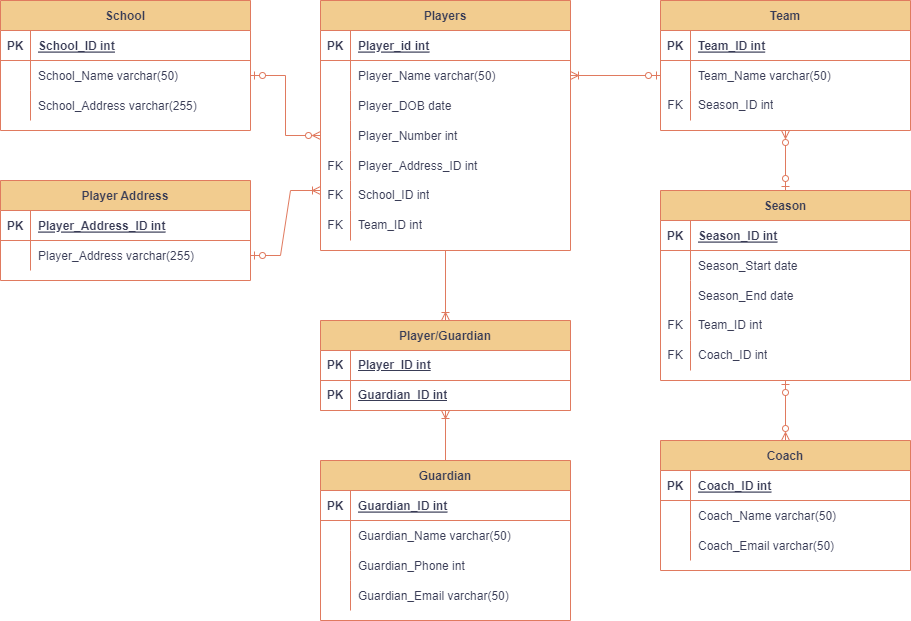
Earlier version of the draw.io export ERD_Exercise.png (G0dzilla21/ERD_Diagram_Cognixia). Source tidied: cells renumbered, new cells last; positions are measured from the earlier drawing's top-left corner, leaving out a move shared by most shapes.
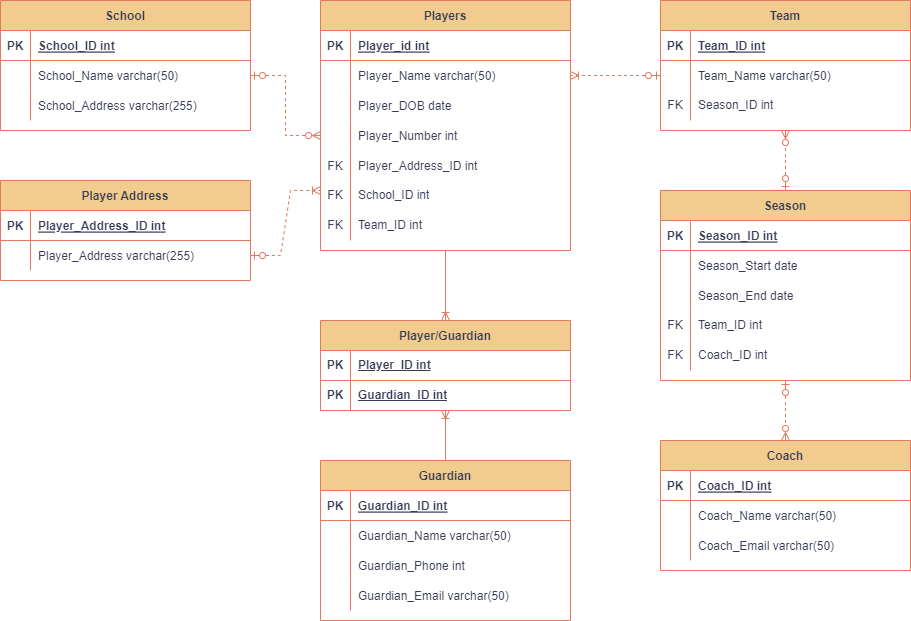
The same diagram one commit later.

The edit, as a diff of the source:
```diff
@@ -203,10 +203,10 @@
     <mxCell id="68" value="Coach_Email varchar(50)" style="shape=partialRectangle;fillColor=none;top=0;left=0;bottom=0;right=0;align=left;spacingLeft=6;overflow=hidden;labelBackgroundColor=none;strokeColor=#E07A5F;fontColor=#393C56;" parent="66" vertex="1">
       <mxGeometry x="30" width="220" height="30" as="geometry" />
     </mxCell>
-    <mxCell id="69" style="edgeStyle=orthogonalEdgeStyle;rounded=0;jettySize=auto;html=1;strokeColor=#E07A5F;fontColor=#393C56;fillColor=#F2CC8F;entryX=0.5;entryY=1;entryDx=0;entryDy=0;startArrow=ERzeroToOne;startFill=0;endArrow=ERzeroToMany;endFill=0;" parent="1" edge="1" source="71" target="16">
+    <mxCell id="69" style="edgeStyle=orthogonalEdgeStyle;rounded=0;jettySize=auto;html=1;strokeColor=#E07A5F;fontColor=#393C56;fillColor=#F2CC8F;entryX=0.5;entryY=1;entryDx=0;entryDy=0;startArrow=ERzeroToOne;startFill=0;endArrow=ERzeroToMany;endFill=0;dashed=1;" parent="1" edge="1" source="71" target="16">
       <mxGeometry relative="1" as="geometry" />
     </mxCell>
-    <mxCell id="70" style="edgeStyle=orthogonalEdgeStyle;rounded=0;jettySize=auto;html=1;strokeColor=#E07A5F;fontColor=#393C56;fillColor=#F2CC8F;entryX=0.5;entryY=0;entryDx=0;entryDy=0;startArrow=ERzeroToOne;startFill=0;endArrow=ERzeroToMany;endFill=0;" parent="1" edge="1" source="71" target="59">
+    <mxCell id="70" style="edgeStyle=orthogonalEdgeStyle;rounded=0;jettySize=auto;html=1;strokeColor=#E07A5F;fontColor=#393C56;fillColor=#F2CC8F;entryX=0.5;entryY=0;entryDx=0;entryDy=0;startArrow=ERzeroToOne;startFill=0;endArrow=ERzeroToMany;endFill=0;dashed=1;" parent="1" edge="1" source="71" target="59">
       <mxGeometry relative="1" as="geometry" />
     </mxCell>
     <mxCell id="71" value="Season" style="shape=table;startSize=30;rowLines=0;fontStyle=1;align=center;labelBackgroundColor=none;fillColor=#F2CC8F;strokeColor=#E07A5F;fontColor=#393C56;" parent="1" vertex="1">
@@ -257,7 +257,7 @@
     <mxCell id="86" value="Coach_ID int" style="shape=partialRectangle;fillColor=none;top=0;left=0;bottom=0;right=0;align=left;spacingLeft=6;fontStyle=0;overflow=hidden;whiteSpace=wrap;html=1;strokeColor=#E07A5F;fontColor=#393C56;labelBackgroundColor=none;" parent="84" vertex="1">
       <mxGeometry x="30" width="220" height="30" as="geometry" />
     </mxCell>
-    <mxCell id="87" style="edgeStyle=orthogonalEdgeStyle;rounded=0;jettySize=auto;html=1;endArrow=ERzeroToOne;endFill=0;startArrow=ERzeroToMany;startFill=0;labelBackgroundColor=none;strokeColor=#E07A5F;fontColor=default;exitX=0;exitY=0.5;exitDx=0;exitDy=0;" parent="1" edge="1" source="37" target="53">
+    <mxCell id="87" style="edgeStyle=orthogonalEdgeStyle;rounded=0;jettySize=auto;html=1;endArrow=ERzeroToOne;endFill=0;startArrow=ERzeroToMany;startFill=0;labelBackgroundColor=none;strokeColor=#E07A5F;fontColor=default;exitX=0;exitY=0.5;exitDx=0;exitDy=0;dashed=1;" parent="1" edge="1" source="37" target="53">
       <mxGeometry relative="1" as="geometry" />
     </mxCell>
     <mxCell id="88" value="Player/Guardian" style="shape=table;startSize=30;rowLines=0;fontStyle=1;align=center;labelBackgroundColor=none;fillColor=#F2CC8F;strokeColor=#E07A5F;fontColor=#393C56;" parent="1" vertex="1">
@@ -281,7 +281,7 @@
     <mxCell id="94" value="Guardian_ID int" style="shape=partialRectangle;fillColor=none;top=0;left=0;bottom=0;right=0;align=left;spacingLeft=6;fontStyle=5;overflow=hidden;whiteSpace=wrap;html=1;strokeColor=#E07A5F;fontColor=#393C56;labelBackgroundColor=none;" parent="92" vertex="1">
       <mxGeometry x="30" width="220" height="30" as="geometry" />
     </mxCell>
-    <mxCell id="95" style="edgeStyle=orthogonalEdgeStyle;rounded=0;jettySize=auto;html=1;strokeColor=#E07A5F;fontColor=#393C56;fillColor=#F2CC8F;startArrow=ERzeroToOne;startFill=0;endArrow=ERoneToMany;endFill=0;exitX=0;exitY=0.5;exitDx=0;exitDy=0;" parent="1" edge="1" source="20" target="31">
+    <mxCell id="95" style="edgeStyle=orthogonalEdgeStyle;rounded=0;jettySize=auto;html=1;strokeColor=#E07A5F;fontColor=#393C56;fillColor=#F2CC8F;startArrow=ERzeroToOne;startFill=0;endArrow=ERoneToMany;endFill=0;exitX=0;exitY=0.5;exitDx=0;exitDy=0;dashed=1;" parent="1" edge="1" source="20" target="31">
       <mxGeometry relative="1" as="geometry" />
     </mxCell>
     <mxCell id="96" value="Player Address" style="shape=table;startSize=30;rowLines=0;fontStyle=1;align=center;labelBackgroundColor=none;fillColor=#F2CC8F;strokeColor=#E07A5F;fontColor=#393C56;" parent="1" vertex="1">
@@ -305,7 +305,7 @@
     <mxCell id="102" value="Player_Address varchar(255)" style="shape=partialRectangle;overflow=hidden;fillColor=none;top=0;left=0;bottom=0;right=0;align=left;spacingLeft=6;labelBackgroundColor=none;strokeColor=#E07A5F;fontColor=#393C56;" parent="100" vertex="1">
       <mxGeometry x="30" width="220" height="30" as="geometry" />
     </mxCell>
-    <mxCell id="103" style="edgeStyle=entityRelationEdgeStyle;fontSize=12;html=1;endArrow=ERoneToMany;rounded=0;strokeColor=#E07A5F;fontColor=#393C56;fillColor=#F2CC8F;exitX=1;exitY=0.5;exitDx=0;exitDy=0;startArrow=ERzeroToOne;startFill=0;" parent="1" edge="1" source="100">
+    <mxCell id="103" style="edgeStyle=entityRelationEdgeStyle;fontSize=12;html=1;endArrow=ERoneToMany;rounded=0;strokeColor=#E07A5F;fontColor=#393C56;fillColor=#F2CC8F;exitX=1;exitY=0.5;exitDx=0;exitDy=0;startArrow=ERzeroToOne;startFill=0;dashed=1;" parent="1" edge="1" source="100">
       <mxGeometry relative="1" as="geometry">
         <mxPoint x="320" y="190" as="targetPoint" />
       </mxGeometry>
```
